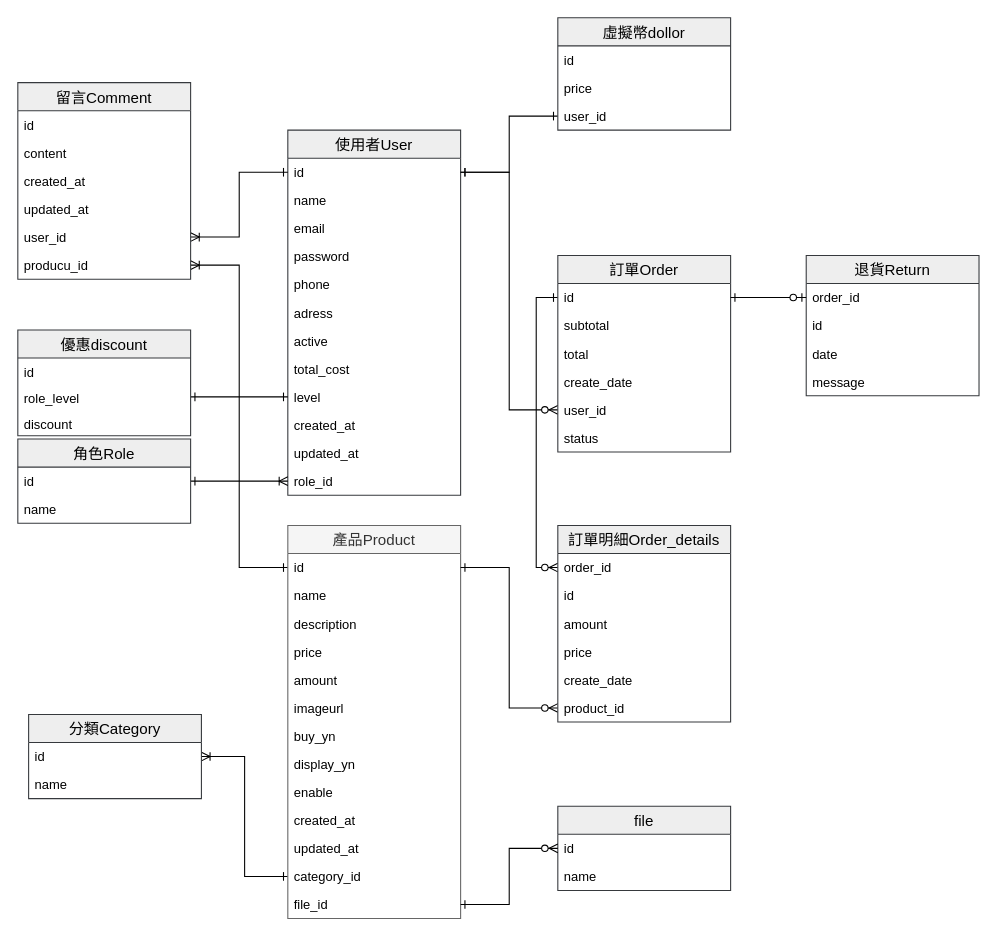
Above: 系統規劃/購物網資料庫設計.drawio in Shenyoyo/ShoppingWeb (draw.io), before the change. Source tidied: cells renumbered, new cells numbered last; positions are measured from the earlier drawing's top-left corner, leaving out a move shared by most shapes. Both pictures are drawn from the tidied source at 108%, with x=0, y=0 at pixel (17, 17).
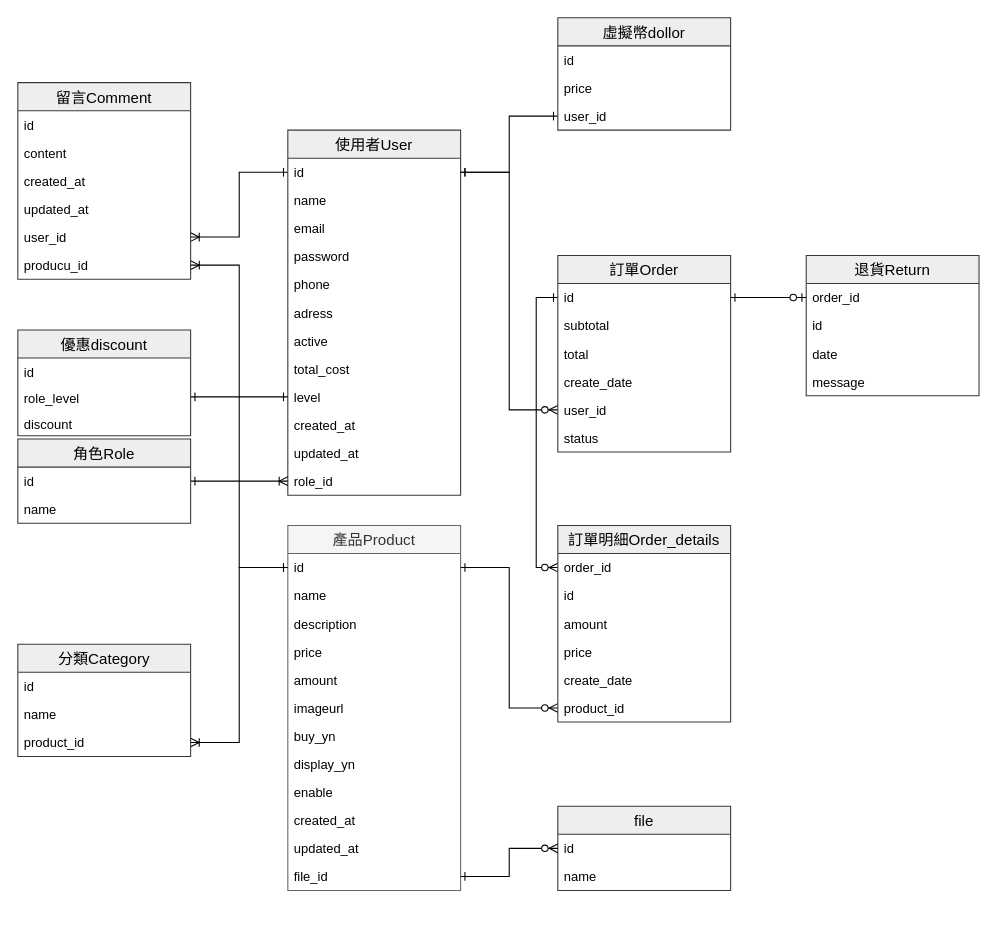
The same page after the edit.

Commit message (it also covers changes not shown here):
系統流程圖修正

The change refers to these unchanged cells:
```xml
<mxCell id="21" value="id" style="text;strokeColor=none;fillColor=none;spacingLeft=4;spacingRight=4;overflow=hidden;points=[[0,0.5],[1,0.5]];portConstraint=eastwest;fontSize=12;" parent="20" vertex="1">
  <mxGeometry y="26" width="160" height="26" as="geometry" />
</mxCell>
```

Change to the diagram source:
```diff
@@
-    <mxCell id="15" style="edgeStyle=orthogonalEdgeStyle;rounded=0;jettySize=auto;html=1;entryX=0;entryY=0.5;entryDx=0;entryDy=0;startArrow=ERoneToMany;startFill=0;endArrow=ERone;endFill=0;" parent="1" edge="1" source="53" target="32">
-      <mxGeometry relative="1" as="geometry" />
-    </mxCell>
@@
     <mxCell id="20" value="產品Product" style="swimlane;fontStyle=0;horizontal=1;startSize=26;align=center;fontSize=14;swimlaneFillColor=#ffffff;fillColor=#f5f5f5;strokeColor=#666666;fontColor=#333333;" parent="1" vertex="1">
-      <mxGeometry x="250" y="470" width="160" height="364" as="geometry" />
+      <mxGeometry x="250" y="470" width="160" height="338" as="geometry" />
     </mxCell>
@@
-    <mxCell id="32" value="category_id" style="text;strokeColor=none;fillColor=none;spacingLeft=4;spacingRight=4;overflow=hidden;points=[[0,0.5],[1,0.5]];portConstraint=eastwest;fontSize=12;" parent="20" vertex="1">
-      <mxGeometry y="312" width="160" height="26" as="geometry" />
-    </mxCell>
     <mxCell id="33" value="file_id" style="text;strokeColor=none;fillColor=none;spacingLeft=4;spacingRight=4;overflow=hidden;points=[[0,0.5],[1,0.5]];portConstraint=eastwest;fontSize=12;" parent="20" vertex="1">
-      <mxGeometry y="338" width="160" height="26" as="geometry" />
+      <mxGeometry y="312" width="160" height="26" as="geometry" />
     </mxCell>
@@
-    <mxCell id="52" value="分類Category" style="swimlane;fontStyle=0;horizontal=1;startSize=26;align=center;fontSize=14;swimlaneFillColor=#ffffff;fillColor=#eeeeee;strokeColor=#36393d;" parent="1" vertex="1">
-      <mxGeometry x="10" y="645" width="160" height="78" as="geometry" />
-    </mxCell>
-    <mxCell id="53" value="id" style="text;strokeColor=none;fillColor=none;spacingLeft=4;spacingRight=4;overflow=hidden;points=[[0,0.5],[1,0.5]];portConstraint=eastwest;fontSize=12;" parent="52" vertex="1">
-      <mxGeometry y="26" width="160" height="26" as="geometry" />
-    </mxCell>
-    <mxCell id="54" value="name" style="text;strokeColor=none;fillColor=none;spacingLeft=4;spacingRight=4;overflow=hidden;fontSize=12;" parent="52" vertex="1">
-      <mxGeometry y="52" width="160" height="26" as="geometry" />
-    </mxCell>
@@
+    <mxCell id="83" style="edgeStyle=orthogonalEdgeStyle;rounded=0;jettySize=auto;html=1;endArrow=ERoneToMany;endFill=0;startArrow=ERone;startFill=0;" parent="1" edge="1" source="21" target="84">
+      <mxGeometry relative="1" as="geometry" />
+    </mxCell>
+    <mxCell id="52" value="分類Category" style="swimlane;fontStyle=0;horizontal=1;startSize=26;align=center;fontSize=14;swimlaneFillColor=#ffffff;fillColor=#eeeeee;strokeColor=#36393d;" parent="1" vertex="1">
+      <mxGeometry y="580" width="160" height="104" as="geometry" />
+    </mxCell>
+    <mxCell id="53" value="id" style="text;strokeColor=none;fillColor=none;spacingLeft=4;spacingRight=4;overflow=hidden;points=[[0,0.5],[1,0.5]];portConstraint=eastwest;fontSize=12;" parent="52" vertex="1">
+      <mxGeometry y="26" width="160" height="26" as="geometry" />
+    </mxCell>
+    <mxCell id="54" value="name" style="text;strokeColor=none;fillColor=none;spacingLeft=4;spacingRight=4;overflow=hidden;fontSize=12;" parent="52" vertex="1">
+      <mxGeometry y="52" width="160" height="26" as="geometry" />
+    </mxCell>
+    <mxCell id="84" value="product_id" style="text;strokeColor=none;fillColor=none;spacingLeft=4;spacingRight=4;overflow=hidden;points=[[0,0.5],[1,0.5]];portConstraint=eastwest;fontSize=12;" parent="52" vertex="1">
+      <mxGeometry y="78" width="160" height="26" as="geometry" />
+    </mxCell>
```
